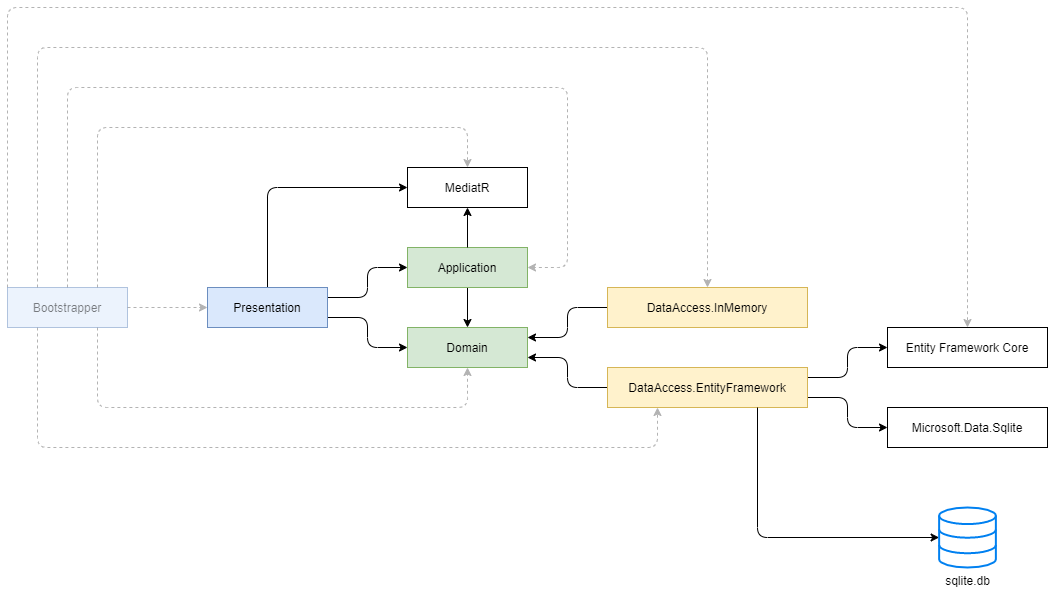
Before: doc/architecture.drawio.png, a diagram exported from draw.io (lastunicorn/Shop). Source tidied: cells renumbered, new cells last; positions are measured from the earlier drawing's top-left corner, leaving out a move shared by most shapes.
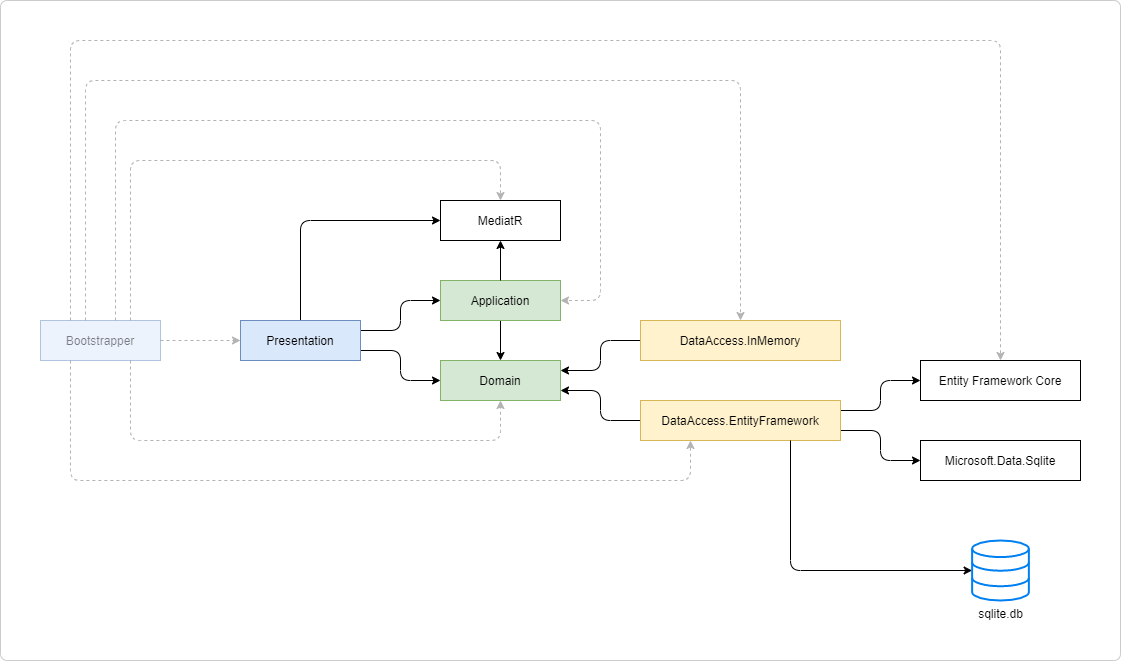
After the change.

Commit message:
added background to the diagrams

The edit, as a diff of the source:
```diff
@@ -2,16 +2,19 @@
   <root>
     <mxCell id="0" />
     <mxCell id="1" parent="0" />
+    <mxCell id="29" style="rounded=1;whiteSpace=wrap;html=1;strokeColor=#CCCCCC;arcSize=1;" parent="1" vertex="1">
+      <mxGeometry x="-40" y="-40" width="1120" height="660" as="geometry" />
+    </mxCell>
     <mxCell id="2" style="edgeStyle=orthogonalEdgeStyle;rounded=1;sketch=0;jettySize=auto;html=1;exitX=1;exitY=0.25;exitDx=0;exitDy=0;entryX=0;entryY=0.5;entryDx=0;entryDy=0;shadow=0;" parent="1" edge="1" source="7" target="9">
       <mxGeometry relative="1" as="geometry" />
     </mxCell>
     <mxCell id="3" style="edgeStyle=orthogonalEdgeStyle;rounded=1;sketch=0;jettySize=auto;html=1;exitX=1;exitY=0.75;exitDx=0;exitDy=0;entryX=0;entryY=0.5;entryDx=0;entryDy=0;shadow=0;" parent="1" edge="1" source="7" target="11">
       <mxGeometry relative="1" as="geometry" />
     </mxCell>
-    <mxCell id="4" style="edgeStyle=orthogonalEdgeStyle;rounded=1;sketch=0;jettySize=auto;html=1;exitX=0.25;exitY=0;exitDx=0;exitDy=0;entryX=0.5;entryY=0;entryDx=0;entryDy=0;shadow=0;dashed=1;fillColor=#f5f5f5;textOpacity=50;strokeColor=#B3B3B3;" parent="1" edge="1" source="28" target="13">
+    <mxCell id="4" style="edgeStyle=orthogonalEdgeStyle;rounded=1;sketch=0;jettySize=auto;html=1;exitX=0.375;exitY=0;exitDx=0;exitDy=0;entryX=0.5;entryY=0;entryDx=0;entryDy=0;shadow=0;dashed=1;fillColor=#f5f5f5;textOpacity=50;strokeColor=#B3B3B3;" parent="1" edge="1" source="28" target="13">
       <mxGeometry relative="1" as="geometry">
         <Array as="points">
-          <mxPoint x="30" y="40" />
+          <mxPoint x="45" y="40" />
           <mxPoint x="700" y="40" />
         </Array>
       </mxGeometry>
@@ -98,24 +101,24 @@
         </Array>
       </mxGeometry>
     </mxCell>
-    <mxCell id="26" style="edgeStyle=orthogonalEdgeStyle;rounded=1;jettySize=auto;html=1;exitX=0;exitY=0;exitDx=0;exitDy=0;entryX=0.5;entryY=0;entryDx=0;entryDy=0;dashed=1;fillColor=#f5f5f5;strokeColor=#B3B3B3;" parent="1" edge="1" source="28" target="19">
+    <mxCell id="26" style="edgeStyle=orthogonalEdgeStyle;rounded=1;jettySize=auto;html=1;exitX=0.25;exitY=0;exitDx=0;exitDy=0;entryX=0.5;entryY=0;entryDx=0;entryDy=0;dashed=1;fillColor=#f5f5f5;strokeColor=#B3B3B3;" parent="1" edge="1" source="28" target="19">
       <mxGeometry relative="1" as="geometry">
         <Array as="points">
-          <mxPoint />
+          <mxPoint x="30" />
           <mxPoint x="960" />
         </Array>
       </mxGeometry>
     </mxCell>
-    <mxCell id="27" style="edgeStyle=orthogonalEdgeStyle;rounded=1;jettySize=auto;html=1;exitX=0.5;exitY=0;exitDx=0;exitDy=0;entryX=1;entryY=0.5;entryDx=0;entryDy=0;dashed=1;strokeColor=#B3B3B3;" parent="1" edge="1" source="28" target="9">
+    <mxCell id="27" style="edgeStyle=orthogonalEdgeStyle;rounded=1;jettySize=auto;html=1;exitX=0.625;exitY=0;exitDx=0;exitDy=0;entryX=1;entryY=0.5;entryDx=0;entryDy=0;dashed=1;strokeColor=#B3B3B3;" parent="1" edge="1" source="28" target="9">
       <mxGeometry relative="1" as="geometry">
         <Array as="points">
-          <mxPoint x="60" y="80" />
+          <mxPoint x="75" y="80" />
           <mxPoint x="560" y="80" />
           <mxPoint x="560" y="260" />
         </Array>
       </mxGeometry>
     </mxCell>
-    <mxCell id="28" value="Bootstrapper" style="rounded=0;whiteSpace=wrap;html=1;fillColor=#dae8fc;strokeColor=#6c8ebf;opacity=50;textOpacity=50;" parent="1" vertex="1">
+    <mxCell id="28" value="Bootstrapper" style="rounded=0;whiteSpace=wrap;html=1;fillColor=#dae8fc;strokeColor=#6c8ebf;opacity=50;textOpacity=50;points=[&#10;[0,0],[0.125,0],[0.25,0],[0.375,0],[0.5,0],[0.625,0],[0.75,0],[0.875,0],&#10;[1,0],[1,0.125],[1,0.25],[1,0.375],[1,0.5],[1,0.625],[1,0.75],[1,0.875],&#10;[1,1],[0.875,1],[0.75,1],[0.625,1],[0.5,1],[0.375,1],[0.25,1],[0.125,1],&#10;[0,1],[0,0.875],[0,0.75],[0,0.625],[0,0.5],[0,0.375],[0,0.25],[0,0.125]&#10;];" parent="1" vertex="1">
       <mxGeometry y="280" width="120" height="40" as="geometry" />
     </mxCell>
   </root>
```
